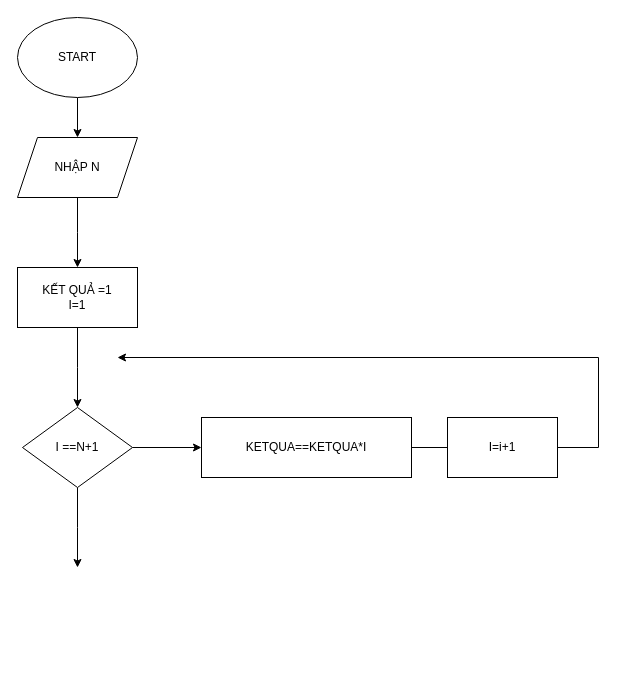
Before: page "Trang-1" (1 of 2) of 1LAB1.drawio in lynehe/code-c-, a draw.io diagram. Source tidied: cells renumbered, new cells numbered last; positions are measured from the earlier drawing's top-left corner, leaving out a move shared by most shapes. Both pictures are drawn from the tidied source at 100%, with x=0, y=0 at pixel (17, 17).
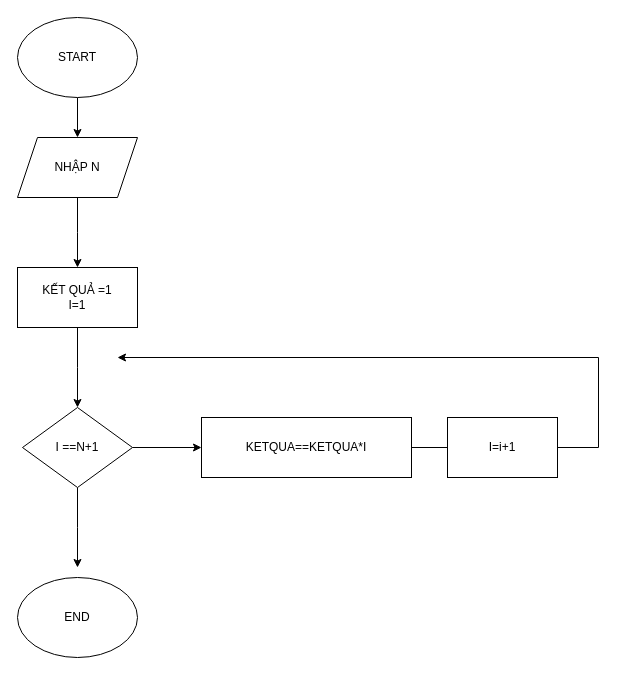
Above is the later version.

The edit, as a diff of the source:
```diff
@@
 <mxGraphModel>
   <root>
     <mxCell id="0" />
     <mxCell id="1" parent="0" />
     <mxCell id="2" style="edgeStyle=orthogonalEdgeStyle;rounded=0;jettySize=auto;html=1;exitX=0.5;exitY=1;exitDx=0;exitDy=0;" parent="1" edge="1" source="3" target="5">
       <mxGeometry relative="1" as="geometry" />
     </mxCell>
     <mxCell id="3" value="START" style="ellipse;whiteSpace=wrap;html=1;" parent="1" vertex="1">
       <mxGeometry width="120" height="80" as="geometry" />
     </mxCell>
     <mxCell id="4" style="edgeStyle=orthogonalEdgeStyle;rounded=0;jettySize=auto;html=1;exitX=0.5;exitY=1;exitDx=0;exitDy=0;" parent="1" edge="1" source="5">
       <mxGeometry relative="1" as="geometry">
         <mxPoint x="60" y="250" as="targetPoint" />
       </mxGeometry>
     </mxCell>
     <mxCell id="5" value="NHẬP N" style="shape=parallelogram;perimeter=parallelogramPerimeter;whiteSpace=wrap;html=1;fixedSize=1;" parent="1" vertex="1">
       <mxGeometry y="120" width="120" height="60" as="geometry" />
     </mxCell>
     <mxCell id="6" style="edgeStyle=orthogonalEdgeStyle;rounded=0;jettySize=auto;html=1;exitX=0.5;exitY=1;exitDx=0;exitDy=0;" parent="1" edge="1" source="7">
       <mxGeometry relative="1" as="geometry">
         <mxPoint x="60" y="390" as="targetPoint" />
       </mxGeometry>
     </mxCell>
     <mxCell id="7" value="KẾT QUẢ =1&lt;div&gt;I=1&lt;/div&gt;" style="rounded=0;whiteSpace=wrap;html=1;" parent="1" vertex="1">
       <mxGeometry y="250" width="120" height="60" as="geometry" />
     </mxCell>
     <mxCell id="8" style="edgeStyle=orthogonalEdgeStyle;rounded=0;jettySize=auto;html=1;exitX=1;exitY=0.5;exitDx=0;exitDy=0;entryX=0;entryY=0.5;entryDx=0;entryDy=0;" parent="1" edge="1" source="10" target="12">
       <mxGeometry relative="1" as="geometry" />
     </mxCell>
     <mxCell id="9" style="edgeStyle=orthogonalEdgeStyle;rounded=0;jettySize=auto;html=1;exitX=0.5;exitY=1;exitDx=0;exitDy=0;" parent="1" edge="1" source="10">
       <mxGeometry relative="1" as="geometry">
         <mxPoint x="60" y="550" as="targetPoint" />
       </mxGeometry>
     </mxCell>
     <mxCell id="10" value="I ==N+1" style="rhombus;whiteSpace=wrap;html=1;" parent="1" vertex="1">
       <mxGeometry x="5" y="390" width="110" height="80" as="geometry" />
     </mxCell>
     <mxCell id="11" style="edgeStyle=orthogonalEdgeStyle;rounded=0;jettySize=auto;html=1;exitX=1;exitY=0.5;exitDx=0;exitDy=0;" parent="1" edge="1" source="12">
       <mxGeometry relative="1" as="geometry">
         <mxPoint x="100" y="340" as="targetPoint" />
         <Array as="points">
           <mxPoint x="581" y="430" />
         </Array>
       </mxGeometry>
     </mxCell>
     <mxCell id="12" value="KETQUA==KETQUA*I" style="rounded=0;whiteSpace=wrap;html=1;" parent="1" vertex="1">
       <mxGeometry x="184" y="400" width="210" height="60" as="geometry" />
     </mxCell>
     <mxCell id="13" value="I=i+1" style="rounded=0;whiteSpace=wrap;html=1;" parent="1" vertex="1">
       <mxGeometry x="430" y="400" width="110" height="60" as="geometry" />
     </mxCell>
+    <mxCell id="14" value="END" style="ellipse;whiteSpace=wrap;html=1;" parent="1" vertex="1">
+      <mxGeometry y="560" width="120" height="80" as="geometry" />
+    </mxCell>
   </root>
 </mxGraphModel>
```
